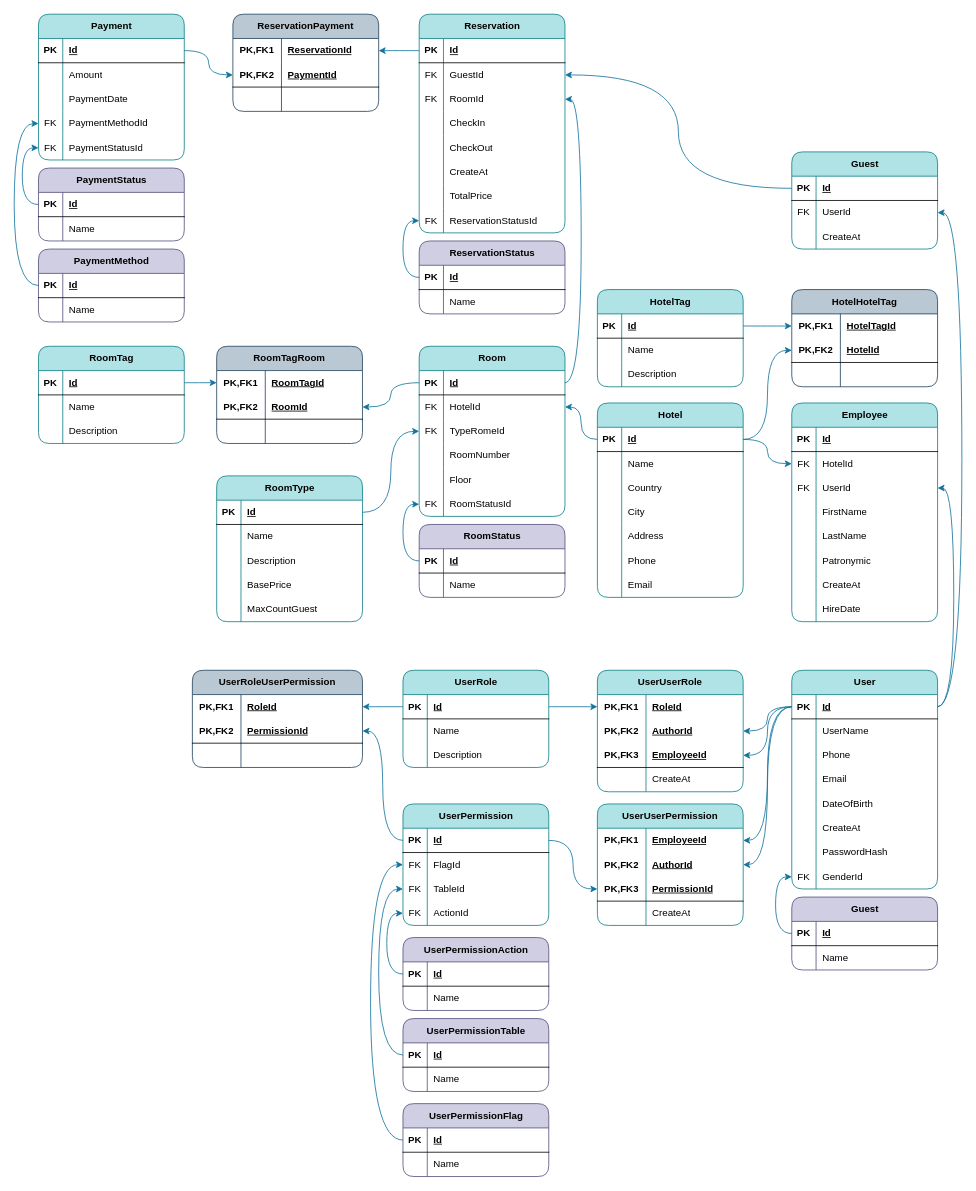
Before: Program/Server/Documentation/ER-Database.drawio in Shevchenko-Eduard/Re-ception, a draw.io diagram. Source tidied: cells renumbered, new cells numbered last; positions are measured from the earlier drawing's top-left corner, leaving out a move shared by most shapes. Both pictures are drawn from the tidied source at 81%, with x=0, y=0 at pixel (14, 14).
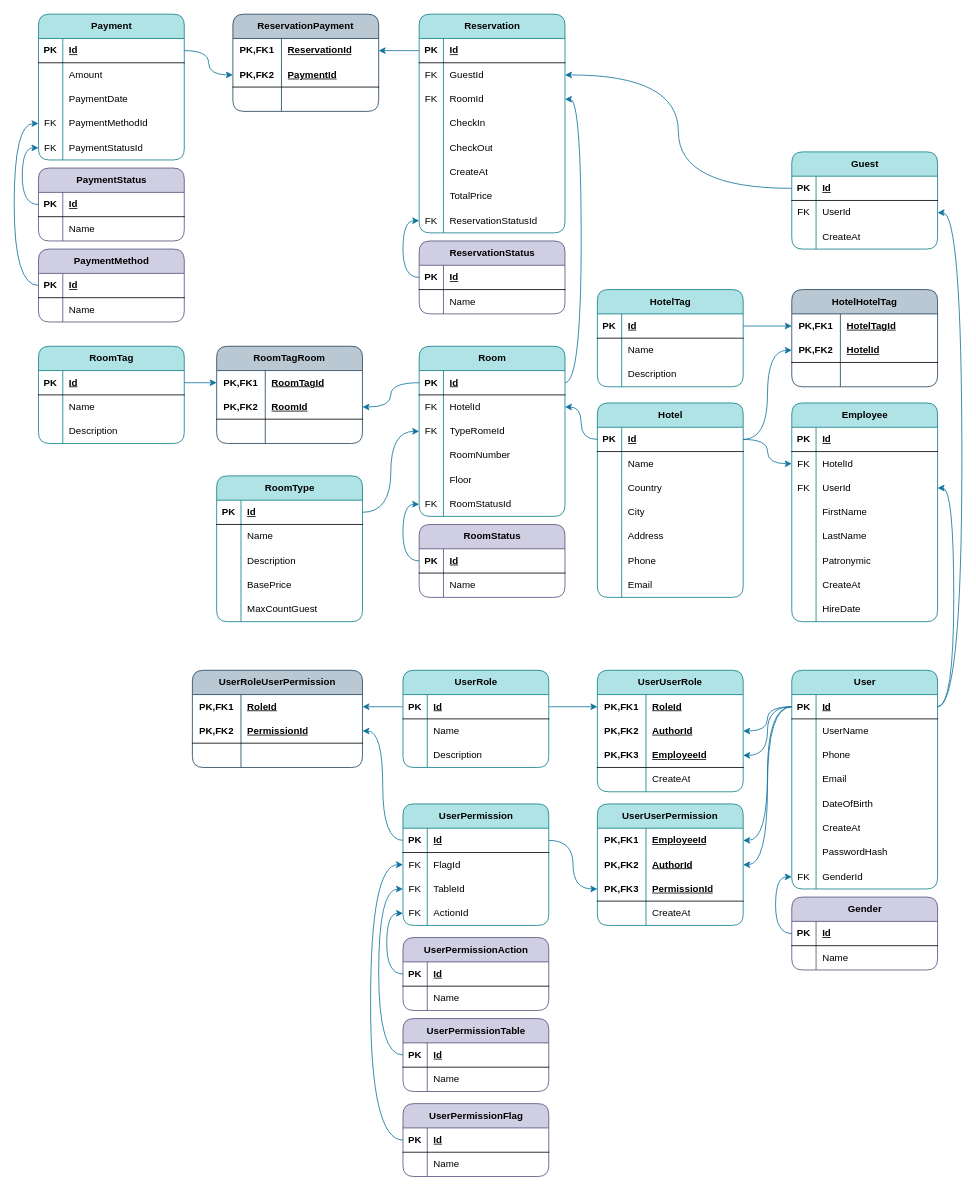
After the change.

The edit, as a diff of the source:
```diff
@@
-    <mxCell id="310" value="Guest" style="shape=table;startSize=30;childLayout=tableLayout;rowLines=0;fontStyle=1;align=center;html=1;rounded=1;fillColor=#d0cee2;strokeColor=#56517e;" parent="1" vertex="1">
+    <mxCell id="310" value="Gender" style="shape=table;startSize=30;childLayout=tableLayout;rowLines=0;fontStyle=1;align=center;html=1;rounded=1;fillColor=#d0cee2;strokeColor=#56517e;" parent="1" vertex="1">
       <mxGeometry x="960" y="1090" width="180" height="90" as="geometry" />
     </mxCell>
```
